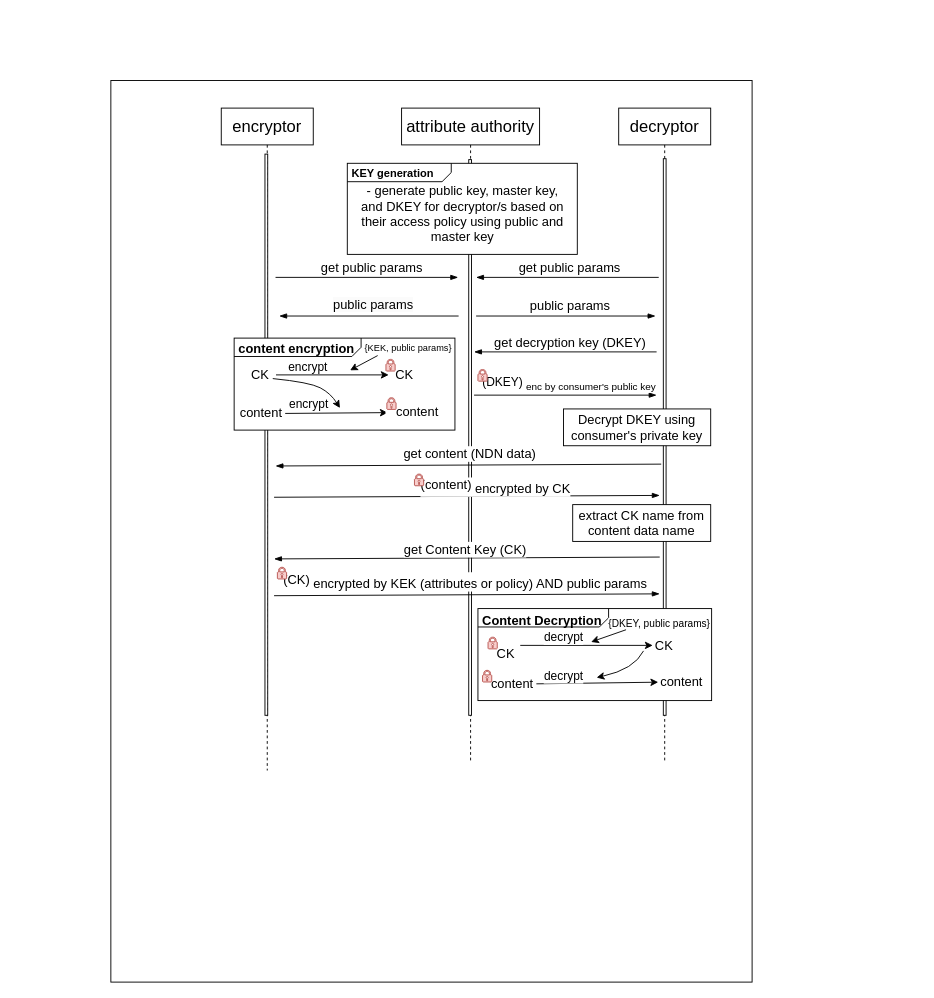
This is page "Page-1" (1 of 2) of seq-nac-revisit.drawio from dulalsaurab/NDNHealth, a draw.io file, before an edit. Source tidied: cells renumbered, new cells numbered last; positions are measured from the earlier drawing's top-left corner, leaving out a move shared by most shapes. Both pictures are drawn from the tidied source at 92%, with x=0, y=0 at pixel (110, 80).
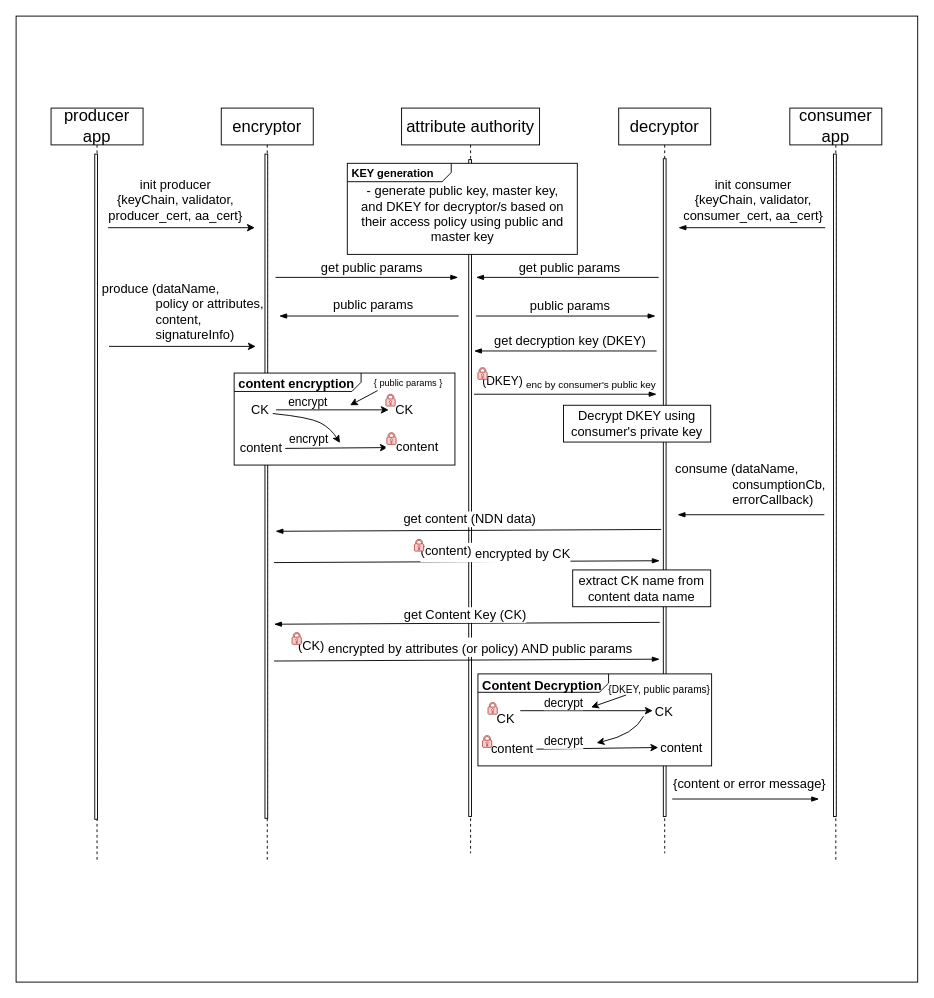
Above is the later version.

The change refers to these unchanged cells:
```xml
<mxCell id="10" style="endArrow=blockThin;html=1;rounded=0;strokeColor=default;jumpStyle=none;jumpSize=5;endSize=6;endFill=1;" parent="1" edge="1">
  <mxGeometry relative="1" as="geometry">
    <mxPoint x="378" y="256" as="sourcePoint" />
    <mxPoint x="183" y="256" as="targetPoint" />
  </mxGeometry>
</mxCell>
```

What changed in the source:
```diff
@@
     <mxCell id="2" style="rounded=0;whiteSpace=wrap;html=1;" parent="1" vertex="1">
-      <mxGeometry width="697" height="980" as="geometry" />
+      <mxGeometry x="-103" y="-70" width="980" height="1050" as="geometry" />
     </mxCell>
     <mxCell id="3" value="&lt;font style=&quot;font-size: 18px;&quot;&gt;encryptor&lt;/font&gt;" style="shape=umlLifeline;perimeter=lifelinePerimeter;whiteSpace=wrap;html=1;newEdgeStyle={&quot;edgeStyle&quot;:&quot;elbowEdgeStyle&quot;,&quot;elbow&quot;:&quot;vertical&quot;,&quot;curved&quot;:0,&quot;rounded&quot;:0};" parent="1" vertex="1">
-      <mxGeometry x="120" y="30" width="100" height="720" as="geometry" />
+      <mxGeometry x="120" y="30" width="100" height="820" as="geometry" />
     </mxCell>
     <mxCell id="4" style="html=1;perimeter=orthogonalPerimeter;targetShapes=umlLifeline;newEdgeStyle={&quot;edgeStyle&quot;:&quot;elbowEdgeStyle&quot;,&quot;elbow&quot;:&quot;vertical&quot;,&quot;curved&quot;:0,&quot;rounded&quot;:0};rounded=0;" parent="3" vertex="1">
-      <mxGeometry x="47.5" y="50" width="3" height="610" as="geometry" />
+      <mxGeometry x="47.5" y="50" width="3" height="722" as="geometry" />
     </mxCell>
     <mxCell id="5" value="&lt;font style=&quot;font-size: 18px;&quot;&gt;attribute authority&lt;br&gt;&lt;/font&gt;" style="shape=umlLifeline;perimeter=lifelinePerimeter;whiteSpace=wrap;html=1;newEdgeStyle={&quot;edgeStyle&quot;:&quot;elbowEdgeStyle&quot;,&quot;elbow&quot;:&quot;vertical&quot;,&quot;curved&quot;:0,&quot;rounded&quot;:0};" parent="1" vertex="1">
-      <mxGeometry x="316" y="30" width="150" height="710" as="geometry" />
+      <mxGeometry x="316" y="30" width="150" height="810" as="geometry" />
     </mxCell>
     <mxCell id="6" style="html=1;perimeter=orthogonalPerimeter;targetShapes=umlLifeline;newEdgeStyle={&quot;edgeStyle&quot;:&quot;elbowEdgeStyle&quot;,&quot;elbow&quot;:&quot;vertical&quot;,&quot;curved&quot;:0,&quot;rounded&quot;:0};" parent="5" vertex="1">
-      <mxGeometry x="73" y="56" width="3" height="604" as="geometry" />
+      <mxGeometry x="73" y="56" width="3" height="714" as="geometry" />
     </mxCell>
     <mxCell id="7" value="&lt;font style=&quot;font-size: 18px;&quot;&gt;decryptor&lt;/font&gt;" style="shape=umlLifeline;perimeter=lifelinePerimeter;whiteSpace=wrap;html=1;newEdgeStyle={&quot;edgeStyle&quot;:&quot;elbowEdgeStyle&quot;,&quot;elbow&quot;:&quot;vertical&quot;,&quot;curved&quot;:0,&quot;rounded&quot;:0};" parent="1" vertex="1">
-      <mxGeometry x="552" y="30" width="100" height="710" as="geometry" />
+      <mxGeometry x="552" y="30" width="100" height="810" as="geometry" />
     </mxCell>
     <mxCell id="8" style="html=1;perimeter=orthogonalPerimeter;targetShapes=umlLifeline;newEdgeStyle={&quot;edgeStyle&quot;:&quot;elbowEdgeStyle&quot;,&quot;elbow&quot;:&quot;vertical&quot;,&quot;curved&quot;:0,&quot;rounded&quot;:0};" parent="7" vertex="1">
-      <mxGeometry x="48.5" y="55" width="3" height="605" as="geometry" />
+      <mxGeometry x="48.5" y="55" width="3" height="715" as="geometry" />
     </mxCell>
@@
-    <mxCell id="11" value="&lt;span style=&quot;text-align: left; background-color: rgb(251, 251, 251); font-size: 14px;&quot;&gt;public params&lt;br style=&quot;font-size: 14px;&quot;&gt;&lt;/span&gt;" style="edgeLabel;html=1;align=center;verticalAlign=middle;fontSize=14;" parent="10" vertex="1">
+    <mxCell id="11" value="&lt;span style=&quot;text-align: left; font-size: 14px;&quot;&gt;public params&lt;br style=&quot;font-size: 14px;&quot;&gt;&lt;/span&gt;" style="edgeLabel;html=1;align=center;verticalAlign=middle;fontSize=14;labelBackgroundColor=none;" parent="10" vertex="1">
       <mxGeometry x="0.23" y="-1" relative="1" as="geometry">
         <mxPoint x="26" y="-12" as="offset" />
       </mxGeometry>
     </mxCell>
@@
     <mxCell id="17" style="endArrow=none;html=1;rounded=0;endSize=6;startArrow=blockThin;startFill=1;endFill=0;" parent="1" edge="1">
       <mxGeometry relative="1" as="geometry">
-        <mxPoint x="394.8" y="295" as="sourcePoint" />
-        <mxPoint x="593.2" y="295" as="targetPoint" />
+        <mxPoint x="394.8" y="294" as="sourcePoint" />
+        <mxPoint x="593.2" y="294" as="targetPoint" />
       </mxGeometry>
     </mxCell>
     <mxCell id="18" value="get decryption key (DKEY)" style="edgeLabel;html=1;align=center;verticalAlign=middle;fontSize=14;" parent="17" vertex="1">
       <mxGeometry x="-0.09" y="3" relative="1" as="geometry">
-        <mxPoint x="14" y="-8" as="offset" />
+        <mxPoint x="14" y="-9" as="offset" />
       </mxGeometry>
     </mxCell>
     <mxCell id="19" style="endArrow=none;html=1;rounded=0;endSize=6;startArrow=blockThin;startFill=1;endFill=0;" parent="1" edge="1">
       <mxGeometry relative="1" as="geometry">
-        <mxPoint x="179" y="419" as="sourcePoint" />
-        <mxPoint x="598.2" y="417" as="targetPoint" />
+        <mxPoint x="179" y="490" as="sourcePoint" />
+        <mxPoint x="598.2" y="488" as="targetPoint" />
       </mxGeometry>
     </mxCell>
@@
     <mxCell id="21" style="endArrow=blockThin;html=1;rounded=0;endSize=6;startArrow=none;startFill=0;endFill=1;" parent="1" edge="1">
       <mxGeometry relative="1" as="geometry">
-        <mxPoint x="177.4" y="453" as="sourcePoint" />
-        <mxPoint x="596.6" y="451" as="targetPoint" />
+        <mxPoint x="177.4" y="524" as="sourcePoint" />
+        <mxPoint x="596.6" y="522" as="targetPoint" />
       </mxGeometry>
     </mxCell>
     <mxCell id="22" style="endArrow=none;html=1;rounded=0;endSize=6;startArrow=blockThin;startFill=1;endFill=0;" parent="1" edge="1">
       <mxGeometry relative="1" as="geometry">
-        <mxPoint x="177.4" y="520" as="sourcePoint" />
-        <mxPoint x="596.6" y="518" as="targetPoint" />
+        <mxPoint x="177.4" y="591" as="sourcePoint" />
+        <mxPoint x="596.6" y="589" as="targetPoint" />
       </mxGeometry>
     </mxCell>
@@
     <mxCell id="24" style="endArrow=blockThin;html=1;rounded=0;endSize=6;startArrow=none;startFill=0;endFill=1;" parent="1" edge="1">
       <mxGeometry relative="1" as="geometry">
-        <mxPoint x="177.4" y="560" as="sourcePoint" />
-        <mxPoint x="596.6" y="558" as="targetPoint" />
+        <mxPoint x="177.4" y="631" as="sourcePoint" />
+        <mxPoint x="596.6" y="629" as="targetPoint" />
       </mxGeometry>
     </mxCell>
-    <mxCell id="25" value="(CK)&amp;nbsp;&lt;sub style=&quot;font-size: 14px;&quot;&gt;encrypted by KEK (attributes or policy) AND public params&lt;/sub&gt;" style="edgeLabel;html=1;align=center;verticalAlign=middle;fontSize=14;" parent="24" vertex="1">
+    <mxCell id="25" value="(CK)&amp;nbsp;&lt;sub style=&quot;font-size: 14px;&quot;&gt;encrypted by attributes (or policy) AND public params&lt;/sub&gt;" style="edgeLabel;html=1;align=center;verticalAlign=middle;fontSize=14;" parent="24" vertex="1">
       <mxGeometry x="-0.16" y="-1" relative="1" as="geometry">
         <mxPoint x="31" y="-16" as="offset" />
       </mxGeometry>
     </mxCell>
     <mxCell id="26" value="(content)&amp;nbsp;&lt;sub style=&quot;border-color: var(--border-color); font-size: 14px;&quot;&gt;encrypted by CK&lt;/sub&gt;" style="edgeLabel;html=1;align=center;verticalAlign=middle;fontSize=14;" parent="1" vertex="1">
-      <mxGeometry x="417" y="441" as="geometry" />
+      <mxGeometry x="417" y="512" as="geometry" />
     </mxCell>
     <mxCell id="27" style="endArrow=blockThin;html=1;rounded=0;endSize=6;startArrow=none;startFill=0;endFill=1;" parent="1" edge="1">
       <mxGeometry relative="1" as="geometry">
-        <mxPoint x="394.8" y="342" as="sourcePoint" />
-        <mxPoint x="593.2" y="342" as="targetPoint" />
+        <mxPoint x="394.8" y="341" as="sourcePoint" />
+        <mxPoint x="593.2" y="341" as="targetPoint" />
       </mxGeometry>
     </mxCell>
     <mxCell id="28" value="(DKEY)&amp;nbsp;&lt;font style=&quot;font-size: 13px;&quot;&gt;&lt;sub style=&quot;&quot;&gt;enc by&amp;nbsp;&lt;/sub&gt;&lt;sub style=&quot;&quot;&gt;consumer's public key&lt;/sub&gt;&lt;/font&gt;" style="edgeLabel;html=1;align=center;verticalAlign=middle;fontSize=13;" parent="27" vertex="1">
       <mxGeometry x="-0.2" y="-3" relative="1" as="geometry">
-        <mxPoint x="24" y="-16" as="offset" />
+        <mxPoint x="24" y="-17" as="offset" />
       </mxGeometry>
     </mxCell>
     <mxCell id="29" style="sketch=0;shadow=0;dashed=0;html=1;strokeColor=#b85450;labelPosition=center;verticalLabelPosition=bottom;verticalAlign=top;align=center;fillColor=#f8cecc;shape=mxgraph.mscae.enterprise.lock;" parent="1" vertex="1">
-      <mxGeometry x="399" y="314" width="10" height="12.8" as="geometry" />
+      <mxGeometry x="399" y="312" width="10" height="12.8" as="geometry" />
     </mxCell>
     <mxCell id="30" style="sketch=0;shadow=0;dashed=0;html=1;strokeColor=#b85450;labelPosition=center;verticalLabelPosition=bottom;verticalAlign=top;align=center;fillColor=#f8cecc;shape=mxgraph.mscae.enterprise.lock;" parent="1" vertex="1">
-      <mxGeometry x="330" y="427.7" width="10" height="12.8" as="geometry" />
+      <mxGeometry x="330" y="498.7" width="10" height="12.8" as="geometry" />
     </mxCell>
     <mxCell id="31" style="sketch=0;shadow=0;dashed=0;html=1;strokeColor=#b85450;labelPosition=center;verticalLabelPosition=bottom;verticalAlign=top;align=center;fillColor=#f8cecc;shape=mxgraph.mscae.enterprise.lock;" parent="1" vertex="1">
-      <mxGeometry x="181" y="529" width="10" height="12.8" as="geometry" />
+      <mxGeometry x="197" y="600" width="10" height="12.8" as="geometry" />
     </mxCell>
@@
     <mxCell id="34" value="&lt;font style=&quot;font-size: 14px;&quot;&gt;Decrypt DKEY using consumer's private key&lt;/font&gt;" style="rounded=0;whiteSpace=wrap;html=1;glass=0;" parent="1" vertex="1">
-      <mxGeometry x="492" y="357" width="160" height="40" as="geometry" />
+      <mxGeometry x="492" y="353" width="160" height="40" as="geometry" />
     </mxCell>
     <mxCell id="35" value="&lt;font style=&quot;font-size: 14px;&quot;&gt;extract CK name from content data name&lt;/font&gt;" style="rounded=0;whiteSpace=wrap;html=1;" parent="1" vertex="1">
-      <mxGeometry x="502" y="461" width="150" height="40" as="geometry" />
+      <mxGeometry x="502" y="532" width="150" height="40" as="geometry" />
     </mxCell>
     <mxCell id="36" value="&lt;p style=&quot;margin:0px;margin-top:4px;margin-left:5px;text-align:left;&quot;&gt;&lt;b&gt;&lt;font style=&quot;font-size: 14px;&quot;&gt;content encryption&lt;/font&gt;&lt;br&gt;&lt;/b&gt;&lt;/p&gt;" style="html=1;shape=mxgraph.sysml.package;overflow=fill;labelX=138.37;align=left;spacingLeft=5;verticalAlign=top;spacingTop=-3;" parent="1" vertex="1">
-      <mxGeometry x="134" y="280" width="240" height="100" as="geometry" />
+      <mxGeometry x="134" y="318" width="240" height="100" as="geometry" />
     </mxCell>
     <mxCell id="37" style="endArrow=classic;html=1;rounded=0;" parent="1" edge="1">
       <mxGeometry relative="1" as="geometry">
-        <mxPoint x="173" y="320" as="sourcePoint" />
-        <mxPoint x="302" y="320" as="targetPoint" />
+        <mxPoint x="173" y="358" as="sourcePoint" />
+        <mxPoint x="302" y="358" as="targetPoint" />
       </mxGeometry>
     </mxCell>
-    <mxCell id="38" value="{KEK, public params}" style="edgeLabel;html=1;align=center;verticalAlign=middle;fontSize=10;" parent="37" vertex="1">
+    <mxCell id="38" value="{ public params }" style="edgeLabel;html=1;align=center;verticalAlign=middle;fontSize=10;" parent="37" vertex="1">
       <mxGeometry x="-0.08" y="3" relative="1" as="geometry">
         <mxPoint x="90" y="-27" as="offset" />
       </mxGeometry>
     </mxCell>
@@
     <mxCell id="41" style="endArrow=classic;html=1;rounded=0;" parent="1" edge="1">
       <mxGeometry relative="1" as="geometry">
-        <mxPoint x="176" y="362" as="sourcePoint" />
-        <mxPoint x="301" y="361" as="targetPoint" />
+        <mxPoint x="176" y="400" as="sourcePoint" />
+        <mxPoint x="301" y="399" as="targetPoint" />
       </mxGeometry>
     </mxCell>
     <mxCell id="42" value="&lt;font style=&quot;font-size: 14px;&quot;&gt;CK&amp;nbsp;&amp;nbsp;&lt;/font&gt;" style="edgeLabel;html=1;align=center;verticalAlign=middle;" parent="1" vertex="1">
-      <mxGeometry x="354.8" y="329" as="geometry">
+      <mxGeometry x="354.8" y="367" as="geometry">
         <mxPoint x="-189" y="-10" as="offset" />
       </mxGeometry>
     </mxCell>
     <mxCell id="43" value="content&amp;nbsp;" style="edgeLabel;html=1;align=center;verticalAlign=middle;fontSize=14;" parent="1" vertex="1">
-      <mxGeometry x="370.8" y="352" as="geometry">
+      <mxGeometry x="370.8" y="390" as="geometry">
         <mxPoint x="-206" y="8" as="offset" />
       </mxGeometry>
     </mxCell>
     <mxCell id="44" value="&amp;nbsp; &amp;nbsp;content&amp;nbsp;" style="edgeLabel;html=1;align=center;verticalAlign=middle;fontSize=14;" parent="1" vertex="1">
-      <mxGeometry x="330" y="362.3" as="geometry">
+      <mxGeometry x="330" y="400.3" as="geometry">
         <mxPoint x="-2" y="-3" as="offset" />
       </mxGeometry>
     </mxCell>
     <mxCell id="45" style="sketch=0;shadow=0;dashed=0;html=1;strokeColor=#b85450;labelPosition=center;verticalLabelPosition=bottom;verticalAlign=top;align=center;fillColor=#f8cecc;shape=mxgraph.mscae.enterprise.lock;" parent="1" vertex="1">
-      <mxGeometry x="299" y="303" width="10" height="12.8" as="geometry" />
+      <mxGeometry x="299" y="341" width="10" height="12.8" as="geometry" />
     </mxCell>
     <mxCell id="46" style="sketch=0;shadow=0;dashed=0;html=1;strokeColor=#b85450;labelPosition=center;verticalLabelPosition=bottom;verticalAlign=top;align=center;fillColor=#f8cecc;shape=mxgraph.mscae.enterprise.lock;" parent="1" vertex="1">
-      <mxGeometry x="300" y="344.7" width="10" height="12.8" as="geometry" />
+      <mxGeometry x="300" y="382.7" width="10" height="12.8" as="geometry" />
     </mxCell>
     <mxCell id="47" style="group;" parent="1" vertex="1">
-      <mxGeometry x="399" y="574" width="254" height="100" as="geometry" />
+      <mxGeometry x="399" y="645" width="254" height="100" as="geometry" />
     </mxCell>
@@
     <mxCell id="62" style="curved=1;endArrow=classic;html=1;rounded=0;" parent="1" edge="1">
       <mxGeometry relative="1" as="geometry">
-        <mxPoint x="176" y="324" as="sourcePoint" />
-        <mxPoint x="249" y="356" as="targetPoint" />
+        <mxPoint x="176" y="362" as="sourcePoint" />
+        <mxPoint x="249" y="394" as="targetPoint" />
         <Array as="points">
-          <mxPoint x="216" y="328" />
-          <mxPoint x="239" y="340" />
+          <mxPoint x="216" y="366" />
+          <mxPoint x="239" y="378" />
         </Array>
       </mxGeometry>
     </mxCell>
     <mxCell id="63" value="encrypt" style="edgeLabel;html=1;align=center;verticalAlign=middle;fontSize=13;" parent="1" vertex="1">
-      <mxGeometry x="214" y="351" as="geometry" />
+      <mxGeometry x="214" y="389" as="geometry" />
     </mxCell>
     <mxCell id="64" style="endArrow=classic;html=1;rounded=0;" parent="1" edge="1">
       <mxGeometry relative="1" as="geometry">
-        <mxPoint x="290" y="299" as="sourcePoint" />
-        <mxPoint x="260" y="315" as="targetPoint" />
+        <mxPoint x="290" y="337" as="sourcePoint" />
+        <mxPoint x="260" y="353" as="targetPoint" />
       </mxGeometry>
     </mxCell>
+    <mxCell id="65" value="&lt;font style=&quot;font-size: 18px;&quot;&gt;producer&lt;br&gt;app&lt;br&gt;&lt;/font&gt;" style="shape=umlLifeline;perimeter=lifelinePerimeter;whiteSpace=wrap;html=1;newEdgeStyle={&quot;edgeStyle&quot;:&quot;elbowEdgeStyle&quot;,&quot;elbow&quot;:&quot;vertical&quot;,&quot;curved&quot;:0,&quot;rounded&quot;:0};" parent="1" vertex="1">
+      <mxGeometry x="-65" y="30" width="100" height="820" as="geometry" />
+    </mxCell>
+    <mxCell id="66" style="html=1;perimeter=orthogonalPerimeter;targetShapes=umlLifeline;newEdgeStyle={&quot;edgeStyle&quot;:&quot;elbowEdgeStyle&quot;,&quot;elbow&quot;:&quot;vertical&quot;,&quot;curved&quot;:0,&quot;rounded&quot;:0};rounded=0;" parent="65" vertex="1">
+      <mxGeometry x="47.5" y="50" width="3" height="723" as="geometry" />
+    </mxCell>
+    <mxCell id="67" value="&lt;font style=&quot;font-size: 18px;&quot;&gt;consumer&lt;br&gt;app&lt;br&gt;&lt;/font&gt;" style="shape=umlLifeline;perimeter=lifelinePerimeter;whiteSpace=wrap;html=1;newEdgeStyle={&quot;edgeStyle&quot;:&quot;elbowEdgeStyle&quot;,&quot;elbow&quot;:&quot;vertical&quot;,&quot;curved&quot;:0,&quot;rounded&quot;:0};" parent="1" vertex="1">
+      <mxGeometry x="738" y="30" width="100" height="820" as="geometry" />
+    </mxCell>
+    <mxCell id="68" style="html=1;perimeter=orthogonalPerimeter;targetShapes=umlLifeline;newEdgeStyle={&quot;edgeStyle&quot;:&quot;elbowEdgeStyle&quot;,&quot;elbow&quot;:&quot;vertical&quot;,&quot;curved&quot;:0,&quot;rounded&quot;:0};rounded=0;" parent="67" vertex="1">
+      <mxGeometry x="47.5" y="50" width="3" height="720" as="geometry" />
+    </mxCell>
+    <mxCell id="69" style="endArrow=classic;html=1;rounded=0;" parent="1" edge="1">
+      <mxGeometry relative="1" as="geometry">
+        <mxPoint x="-2" y="289" as="sourcePoint" />
+        <mxPoint x="157.5" y="289" as="targetPoint" />
+      </mxGeometry>
+    </mxCell>
+    <mxCell id="70" value="&lt;div style=&quot;text-align: left;&quot;&gt;&lt;span style=&quot;background-color: initial;&quot;&gt;produce (&lt;/span&gt;&lt;span style=&quot;background-color: initial;&quot;&gt;dataName,&lt;/span&gt;&lt;/div&gt;&lt;span style=&quot;background-color: initial;&quot;&gt;&lt;div style=&quot;text-align: left;&quot;&gt;&lt;span style=&quot;background-color: initial;&quot;&gt;&amp;nbsp; &amp;nbsp; &amp;nbsp; &amp;nbsp; &amp;nbsp; &amp;nbsp; &amp;nbsp; &amp;nbsp;policy or attributes,&amp;nbsp;&lt;/span&gt;&lt;/div&gt;&lt;/span&gt;&lt;span style=&quot;background-color: initial;&quot;&gt;&lt;div style=&quot;text-align: left;&quot;&gt;&lt;span style=&quot;background-color: initial;&quot;&gt;&amp;nbsp; &amp;nbsp; &amp;nbsp; &amp;nbsp; &amp;nbsp; &amp;nbsp; &amp;nbsp; &amp;nbsp;content, &lt;br&gt;&amp;nbsp; &amp;nbsp; &amp;nbsp; &amp;nbsp; &amp;nbsp; &amp;nbsp; &amp;nbsp; &amp;nbsp;signatureInfo)&lt;/span&gt;&lt;/div&gt;&lt;/span&gt;" style="edgeLabel;html=1;align=center;verticalAlign=middle;fontSize=14;labelBackgroundColor=none;" parent="1" vertex="1">
+      <mxGeometry x="79" y="250" as="geometry" />
+    </mxCell>
+    <mxCell id="71" style="endArrow=none;html=1;rounded=0;endFill=0;startArrow=blockThin;startFill=1;" parent="1" edge="1">
+      <mxGeometry relative="1" as="geometry">
+        <mxPoint x="616" y="472" as="sourcePoint" />
+        <mxPoint x="775.5" y="472" as="targetPoint" />
+      </mxGeometry>
+    </mxCell>
+    <mxCell id="72" value="&lt;div style=&quot;text-align: left;&quot;&gt;&lt;span style=&quot;background-color: initial;&quot;&gt;consume (&lt;/span&gt;&lt;span style=&quot;background-color: initial;&quot;&gt;dataName,&lt;/span&gt;&lt;/div&gt;&lt;div style=&quot;text-align: left;&quot;&gt;&lt;span style=&quot;background-color: initial;&quot;&gt;&amp;nbsp; &amp;nbsp; &amp;nbsp; &amp;nbsp; &amp;nbsp; &amp;nbsp; &amp;nbsp; &amp;nbsp; consumptionCb,&lt;/span&gt;&lt;/div&gt;&lt;span style=&quot;background-color: initial;&quot;&gt;&lt;/span&gt;&lt;span style=&quot;background-color: initial;&quot;&gt;&lt;div style=&quot;text-align: left;&quot;&gt;&lt;span style=&quot;background-color: initial;&quot;&gt;&amp;nbsp; &amp;nbsp; &amp;nbsp; &amp;nbsp; &amp;nbsp; &amp;nbsp; &amp;nbsp; &amp;nbsp; errorCallback&lt;/span&gt;&lt;span style=&quot;background-color: initial;&quot;&gt;)&lt;/span&gt;&lt;/div&gt;&lt;/span&gt;" style="edgeLabel;html=1;align=center;verticalAlign=middle;fontSize=14;labelBackgroundColor=none;" parent="1" vertex="1">
+      <mxGeometry x="694" y="438" as="geometry" />
+    </mxCell>
+    <mxCell id="73" style="endArrow=none;html=1;rounded=0;endFill=0;startArrow=blockThin;startFill=1;" parent="1" edge="1">
+      <mxGeometry relative="1" as="geometry">
+        <mxPoint x="769.8" y="781" as="sourcePoint" />
+        <mxPoint x="610.2" y="781" as="targetPoint" />
+      </mxGeometry>
+    </mxCell>
+    <mxCell id="74" value="&lt;div style=&quot;text-align: left;&quot;&gt;{content or error message}&lt;/div&gt;" style="edgeLabel;html=1;align=center;verticalAlign=middle;fontSize=14;labelBackgroundColor=none;" parent="1" vertex="1">
+      <mxGeometry x="688" y="753" as="geometry">
+        <mxPoint x="5" y="10" as="offset" />
+      </mxGeometry>
+    </mxCell>
+    <mxCell id="75" style="endArrow=none;html=1;rounded=0;endFill=0;startArrow=blockThin;startFill=1;" parent="1" edge="1">
+      <mxGeometry relative="1" as="geometry">
+        <mxPoint x="617" y="160" as="sourcePoint" />
+        <mxPoint x="776.5" y="160" as="targetPoint" />
+      </mxGeometry>
+    </mxCell>
+    <mxCell id="76" style="endArrow=classic;html=1;rounded=0;" parent="1" edge="1">
+      <mxGeometry relative="1" as="geometry">
+        <mxPoint x="-3" y="160" as="sourcePoint" />
+        <mxPoint x="156.5" y="160" as="targetPoint" />
+      </mxGeometry>
+    </mxCell>
+    <mxCell id="77" value="&lt;div style=&quot;&quot;&gt;init producer&lt;/div&gt;&lt;div style=&quot;&quot;&gt;{keyChain,&amp;nbsp;&lt;span style=&quot;background-color: initial;&quot;&gt;validator,&lt;/span&gt;&lt;/div&gt;&lt;div style=&quot;&quot;&gt;producer_cert,&amp;nbsp;&lt;span style=&quot;background-color: initial;&quot;&gt;aa_cert}&lt;/span&gt;&lt;/div&gt;" style="edgeLabel;html=1;align=center;verticalAlign=middle;fontSize=14;labelBackgroundColor=none;" parent="1" vertex="1">
+      <mxGeometry x="69" y="129.3" as="geometry" />
+    </mxCell>
+    <mxCell id="78" value="&lt;div style=&quot;&quot;&gt;init consumer&lt;/div&gt;&lt;div style=&quot;&quot;&gt;{keyChain,&amp;nbsp;&lt;span style=&quot;background-color: initial;&quot;&gt;validator,&lt;/span&gt;&lt;/div&gt;&lt;div style=&quot;&quot;&gt;consumer_cert,&amp;nbsp;&lt;span style=&quot;background-color: initial;&quot;&gt;aa_cert}&lt;/span&gt;&lt;/div&gt;" style="edgeLabel;html=1;align=center;verticalAlign=middle;fontSize=14;labelBackgroundColor=none;rotation=0;" parent="1" vertex="1">
+      <mxGeometry x="697" y="129.3" as="geometry" />
+    </mxCell>
```
